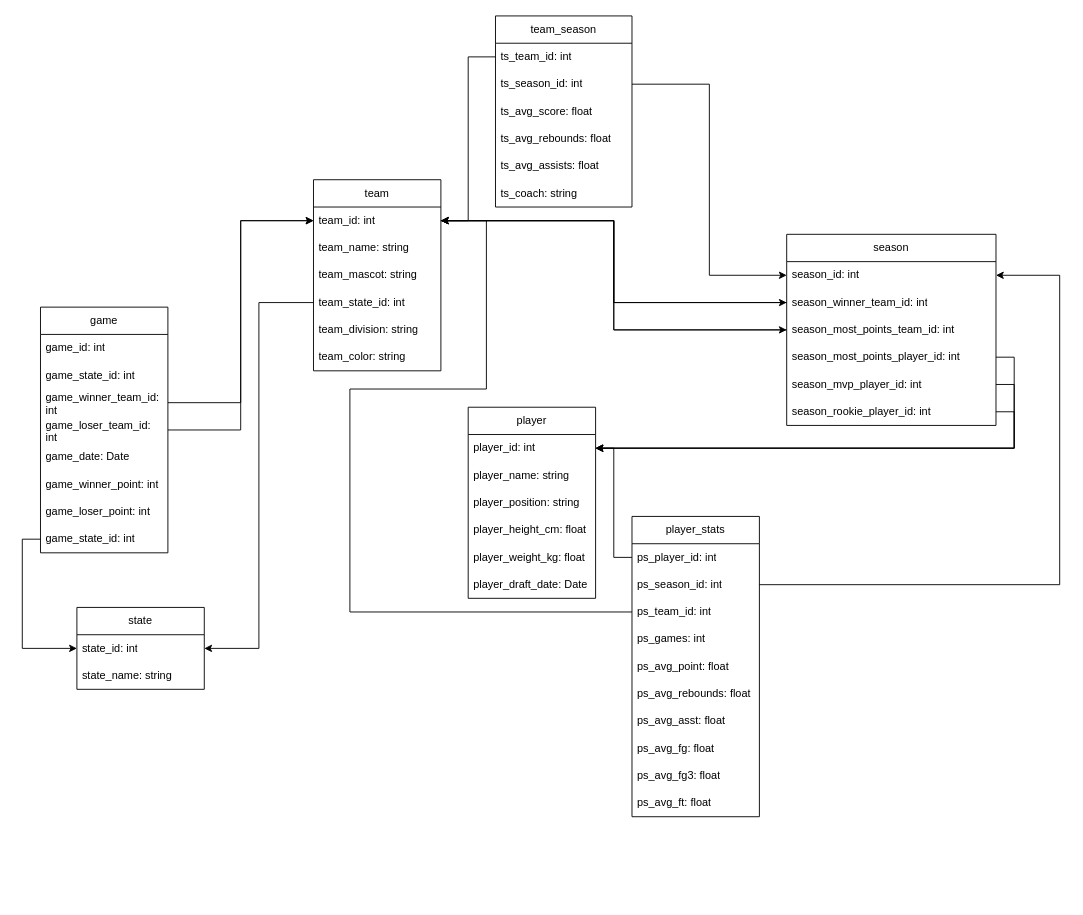
The draw.io diagram er_diagram.drawio in Fin-NewWin/cse111-project, before the edit. Source tidied: cells renumbered, new cells numbered last; positions are measured from the earlier drawing's top-left corner, leaving out a move shared by most shapes. Both pictures are drawn from the tidied source at 91%, with x=0, y=0 at pixel (40, 15).
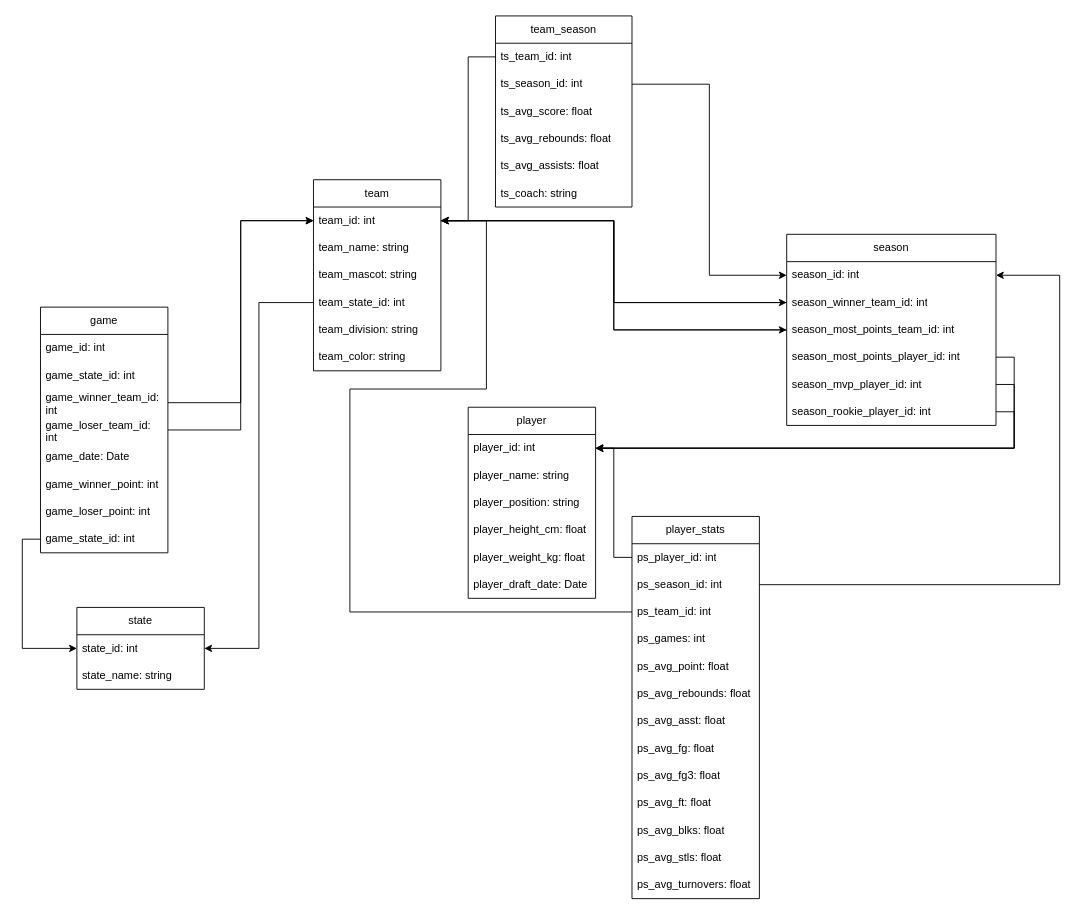
After the change.

Diff of the diagram source:
```diff
@@
     <mxCell id="27" value="player_stats" style="swimlane;fontStyle=0;horizontal=1;startSize=30;whiteSpace=wrap;html=1;" parent="1" vertex="1">
-      <mxGeometry x="650" y="550" width="140" height="330" as="geometry" />
+      <mxGeometry x="650" y="550" width="140" height="420" as="geometry" />
     </mxCell>
@@
-    <mxCell id="37" value="ps_avg_ft: float" style="text;strokeColor=none;fillColor=none;align=left;verticalAlign=middle;spacingLeft=4;spacingRight=4;overflow=hidden;whiteSpace=wrap;html=1;" parent="27" vertex="1">
+    <mxCell id="37" value="ps_avg_ft: float" style="text;strokeColor=none;fillColor=none;align=left;verticalAlign=middle;spacingLeft=4;spacingRight=4;overflow=hidden;whiteSpace=wrap;html=1;strokeWidth=0;" parent="27" vertex="1">
       <mxGeometry y="300" width="140" height="30" as="geometry" />
     </mxCell>
+    <mxCell id="69" value="ps_avg_blks: float" style="text;strokeColor=none;fillColor=none;align=left;verticalAlign=middle;spacingLeft=4;spacingRight=4;overflow=hidden;whiteSpace=wrap;html=1;strokeWidth=0;" parent="27" vertex="1">
+      <mxGeometry y="330" width="140" height="30" as="geometry" />
+    </mxCell>
+    <mxCell id="70" value="ps_avg_stls: float" style="text;strokeColor=none;fillColor=none;align=left;verticalAlign=middle;spacingLeft=4;spacingRight=4;overflow=hidden;whiteSpace=wrap;html=1;strokeWidth=0;" parent="27" vertex="1">
+      <mxGeometry y="360" width="140" height="30" as="geometry" />
+    </mxCell>
+    <mxCell id="71" value="ps_avg_turnovers: float" style="text;strokeColor=none;fillColor=none;align=left;verticalAlign=middle;spacingLeft=4;spacingRight=4;overflow=hidden;whiteSpace=wrap;html=1;strokeWidth=0;" parent="27" vertex="1">
+      <mxGeometry y="390" width="140" height="30" as="geometry" />
+    </mxCell>
```
